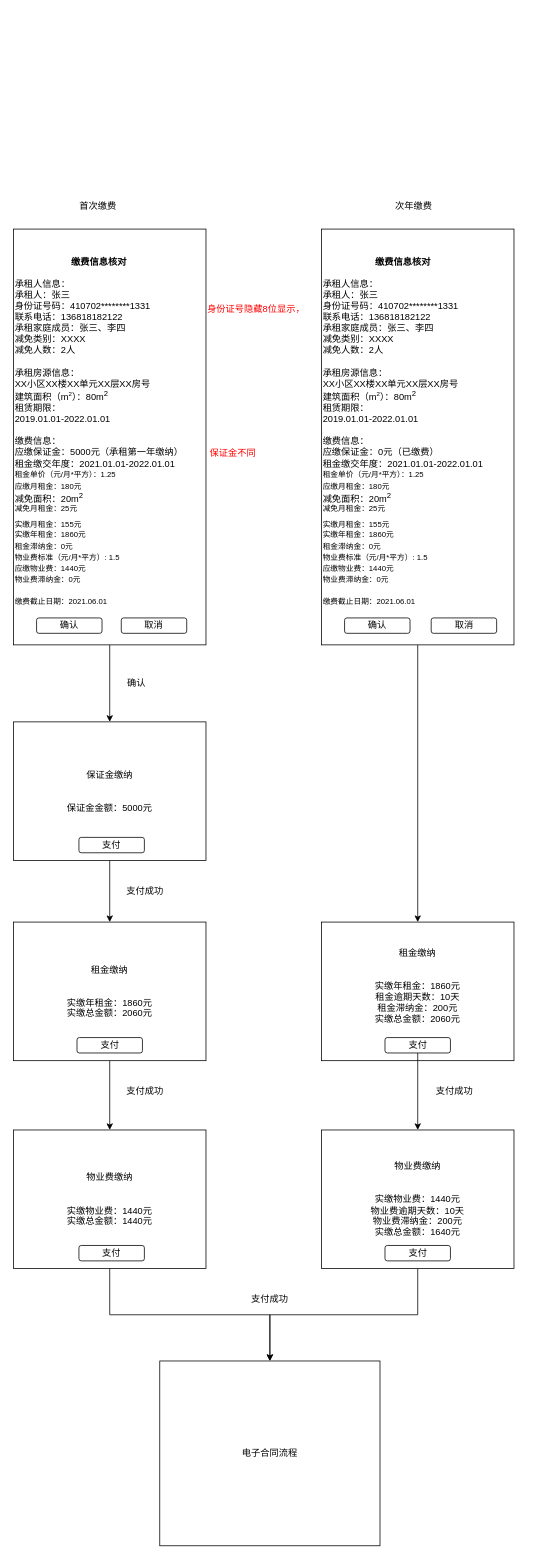
Above: zhongcheng.drawio in gaorock530/brainstorm (draw.io), before the change. Source tidied: cells renumbered, new cells numbered last; positions are measured from the earlier drawing's top-left corner, leaving out a move shared by most shapes. Both pictures are drawn from the tidied source at 77%, with x=0, y=0 at pixel (13, 198).
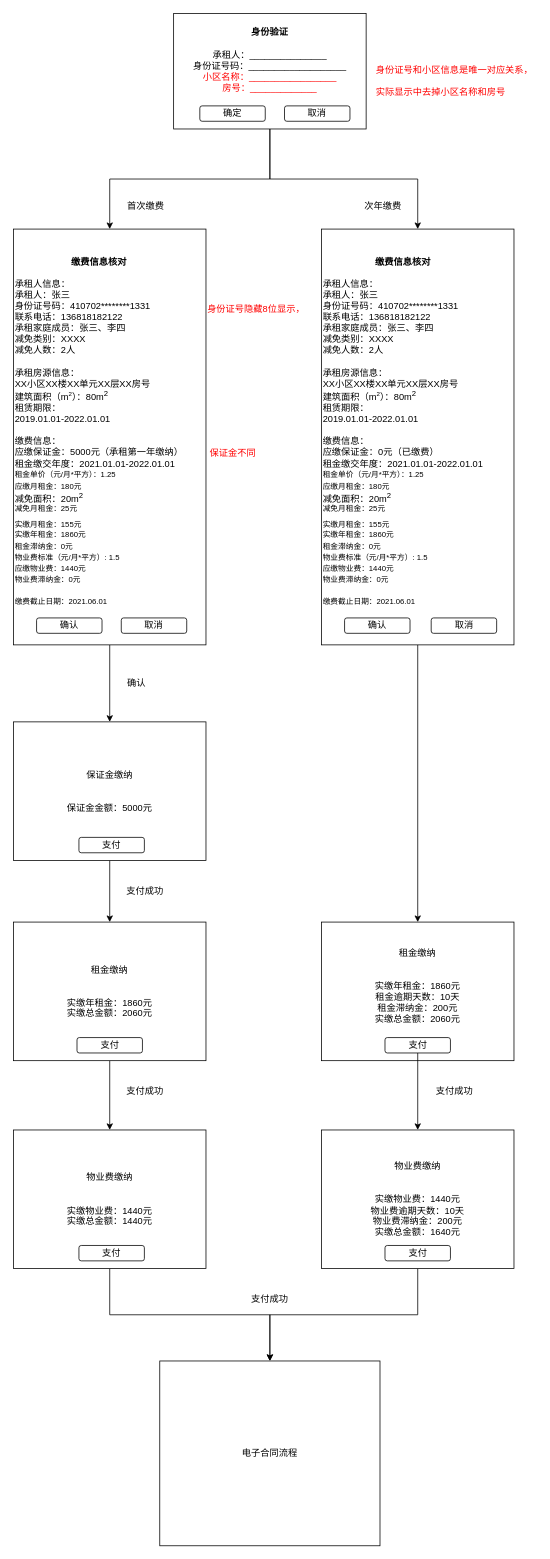
Above is the later version.

Unchanged cells that the change refers to:
```xml
<mxCell id="3" value="&lt;div style=&quot;text-align: center&quot;&gt;&lt;span&gt;&lt;b&gt;缴费信息核对&lt;/b&gt;&lt;/span&gt;&lt;/div&gt;&lt;br&gt;承租人信息：&lt;br&gt;承租人：张三&lt;br&gt;身份证号码：410702********1331&lt;br&gt;&lt;div&gt;联系电话：136818182122&lt;/div&gt;&lt;div&gt;承租家庭成员：张三、李四&lt;/div&gt;&lt;div&gt;减免类别：XXXX&lt;/div&gt;&lt;div&gt;减免人数：2人&lt;/div&gt;&lt;div&gt;&lt;br&gt;&lt;/div&gt;&lt;div&gt;承租房源信息：&lt;/div&gt;&lt;div&gt;XX小区XX楼XX单元XX层XX房号&lt;/div&gt;&lt;div&gt;建筑面积（m&lt;sup&gt;&lt;font style=&quot;font-size: 8px&quot;&gt;2&lt;/font&gt;&lt;/sup&gt;）：80m&lt;sup&gt;2&lt;/sup&gt;&lt;/div&gt;&lt;div&gt;租赁期限：&lt;/div&gt;&lt;div&gt;2019.01.01-2022.01.01&lt;/div&gt;&lt;div&gt;&lt;br&gt;&lt;/div&gt;&lt;div&gt;缴费信息：&lt;/div&gt;&lt;div&gt;应缴保证金：5000元（承租第一年缴纳）&lt;/div&gt;&lt;div&gt;租金缴交年度：2021.01.01-2022.01.01&lt;/div&gt;&lt;div&gt;&lt;span style=&quot;font-size: 10px&quot;&gt;租金单价（元/月*平方）：1.25&lt;/span&gt;&lt;/div&gt;&lt;div&gt;&lt;span style=&quot;font-size: 10px&quot;&gt;应缴月租金：180元&lt;/span&gt;&lt;/div&gt;&lt;div&gt;减免面积：20m&lt;sup&gt;2&lt;/sup&gt;&lt;/div&gt;&lt;div&gt;&lt;sup&gt;减免月租金：25元&lt;/sup&gt;&lt;/div&gt;&lt;div&gt;&lt;span style=&quot;font-size: 10px&quot;&gt;实缴月租金：155元&lt;/span&gt;&lt;/div&gt;&lt;div&gt;&lt;span style=&quot;font-size: 10px&quot;&gt;实缴年租金：1860元&lt;/span&gt;&lt;/div&gt;&lt;div&gt;&lt;span style=&quot;font-size: 10px&quot;&gt;租金滞纳金：0元&lt;/span&gt;&lt;/div&gt;&lt;div&gt;&lt;span style=&quot;font-size: 10px&quot;&gt;物业费标准（元/月*平方）: 1.5&lt;/span&gt;&lt;/div&gt;&lt;div&gt;&lt;span style=&quot;font-size: 10px&quot;&gt;应缴物业费：1440元&lt;/span&gt;&lt;/div&gt;&lt;div&gt;&lt;span style=&quot;font-size: 10px&quot;&gt;物业费滞纳金：0元&lt;/span&gt;&lt;/div&gt;&lt;div&gt;&lt;span style=&quot;font-size: 10px&quot;&gt;&lt;br&gt;&lt;/span&gt;&lt;/div&gt;&lt;div&gt;&lt;span style=&quot;font-size: 10px&quot;&gt;缴费截止日期：2021.06.01&lt;/span&gt;&lt;/div&gt;&lt;div&gt;&lt;br&gt;&lt;/div&gt;" style="rounded=0;whiteSpace=wrap;html=1;align=left;" parent="1" vertex="1">
  <mxGeometry y="40" width="250" height="540" as="geometry" />
</mxCell>
<mxCell id="13" value="&lt;div style=&quot;text-align: center&quot;&gt;&lt;span&gt;&lt;b&gt;缴费信息核对&lt;/b&gt;&lt;/span&gt;&lt;/div&gt;&lt;br&gt;承租人信息：&lt;br&gt;承租人：张三&lt;br&gt;身份证号码：410702********1331&lt;br&gt;&lt;div&gt;联系电话：136818182122&lt;/div&gt;&lt;div&gt;承租家庭成员：张三、李四&lt;/div&gt;&lt;div&gt;减免类别：XXXX&lt;/div&gt;&lt;div&gt;减免人数：2人&lt;/div&gt;&lt;div&gt;&lt;br&gt;&lt;/div&gt;&lt;div&gt;承租房源信息：&lt;/div&gt;&lt;div&gt;XX小区XX楼XX单元XX层XX房号&lt;/div&gt;&lt;div&gt;建筑面积（m&lt;sup&gt;&lt;font style=&quot;font-size: 8px&quot;&gt;2&lt;/font&gt;&lt;/sup&gt;）：80m&lt;sup&gt;2&lt;/sup&gt;&lt;/div&gt;&lt;div&gt;租赁期限：&lt;/div&gt;&lt;div&gt;2019.01.01-2022.01.01&lt;/div&gt;&lt;div&gt;&lt;br&gt;&lt;/div&gt;&lt;div&gt;缴费信息：&lt;/div&gt;&lt;div&gt;应缴保证金：0元（已缴费）&lt;/div&gt;&lt;div&gt;租金缴交年度：2021.01.01-2022.01.01&lt;/div&gt;&lt;div&gt;&lt;span style=&quot;font-size: 10px&quot;&gt;租金单价（元/月*平方）：1.25&lt;/span&gt;&lt;/div&gt;&lt;div&gt;&lt;span style=&quot;font-size: 10px&quot;&gt;应缴月租金：180元&lt;/span&gt;&lt;/div&gt;&lt;div&gt;减免面积：20m&lt;sup&gt;2&lt;/sup&gt;&lt;/div&gt;&lt;div&gt;&lt;sup&gt;减免月租金：25元&lt;/sup&gt;&lt;/div&gt;&lt;div&gt;&lt;span style=&quot;font-size: 10px&quot;&gt;实缴月租金：155元&lt;/span&gt;&lt;/div&gt;&lt;div&gt;&lt;span style=&quot;font-size: 10px&quot;&gt;实缴年租金：1860元&lt;/span&gt;&lt;/div&gt;&lt;div&gt;&lt;span style=&quot;font-size: 10px&quot;&gt;租金滞纳金：0元&lt;/span&gt;&lt;/div&gt;&lt;div&gt;&lt;span style=&quot;font-size: 10px&quot;&gt;物业费标准（元/月*平方）: 1.5&lt;/span&gt;&lt;/div&gt;&lt;div&gt;&lt;span style=&quot;font-size: 10px&quot;&gt;应缴物业费：1440元&lt;/span&gt;&lt;/div&gt;&lt;div&gt;&lt;span style=&quot;font-size: 10px&quot;&gt;物业费滞纳金：0元&lt;/span&gt;&lt;/div&gt;&lt;div&gt;&lt;span style=&quot;font-size: 10px&quot;&gt;&lt;br&gt;&lt;/span&gt;&lt;/div&gt;&lt;div&gt;&lt;span style=&quot;font-size: 10px&quot;&gt;缴费截止日期：2021.06.01&lt;/span&gt;&lt;/div&gt;&lt;div&gt;&lt;br&gt;&lt;/div&gt;" style="rounded=0;whiteSpace=wrap;html=1;align=left;" parent="1" vertex="1">
  <mxGeometry x="400" y="40" width="250" height="540" as="geometry" />
</mxCell>
```

What changed in the source:
```diff
@@
     <mxCell id="5" value="首次缴费" style="text;html=1;strokeColor=none;fillColor=none;align=center;verticalAlign=middle;whiteSpace=wrap;rounded=0;" parent="1" vertex="1">
-      <mxGeometry x="40" width="140" height="20" as="geometry" />
+      <mxGeometry x="102" width="140" height="20" as="geometry" />
     </mxCell>
     <mxCell id="6" value="次年缴费" style="text;html=1;strokeColor=none;fillColor=none;align=center;verticalAlign=middle;whiteSpace=wrap;rounded=0;" parent="1" vertex="1">
-      <mxGeometry x="450" width="140" height="20" as="geometry" />
+      <mxGeometry x="410" width="140" height="20" as="geometry" />
     </mxCell>
@@
+    <mxCell id="35" style="edgeStyle=orthogonalEdgeStyle;rounded=0;jettySize=auto;html=1;exitX=0.5;exitY=1;exitDx=0;exitDy=0;entryX=0.5;entryY=0;entryDx=0;entryDy=0;" parent="1" edge="1" source="37" target="3">
+      <mxGeometry relative="1" as="geometry" />
+    </mxCell>
+    <mxCell id="36" style="edgeStyle=orthogonalEdgeStyle;rounded=0;jettySize=auto;html=1;exitX=0.5;exitY=1;exitDx=0;exitDy=0;entryX=0.5;entryY=0;entryDx=0;entryDy=0;" parent="1" edge="1" source="37" target="13">
+      <mxGeometry relative="1" as="geometry" />
+    </mxCell>
+    <mxCell id="37" value="&lt;b&gt;身份验证&lt;/b&gt;&lt;br&gt;&lt;br&gt;承租人：_______________&lt;br&gt;身份证号码：___________________&lt;br&gt;&lt;font color=&quot;#ff0000&quot;&gt;小区名称：_________________&lt;br&gt;房号：_____________&lt;br&gt;&lt;br&gt;&lt;br&gt;&lt;/font&gt;" style="rounded=0;whiteSpace=wrap;html=1;align=center;" parent="1" vertex="1">
+      <mxGeometry x="208" y="-240" width="250" height="150" as="geometry" />
+    </mxCell>
+    <mxCell id="38" value="&lt;h1&gt;&lt;font color=&quot;#ff0000&quot;&gt;&lt;span style=&quot;font-size: 12px ; font-weight: 400&quot;&gt;身份证号和小区信息是唯一对应关系，实际显示中去掉小区名称和房号&lt;/span&gt;&lt;/font&gt;&lt;/h1&gt;" style="text;html=1;strokeColor=none;fillColor=none;spacing=5;spacingTop=-20;whiteSpace=wrap;overflow=hidden;rounded=0;" parent="1" vertex="1">
+      <mxGeometry x="466.2" y="-190" width="212.5" height="100" as="geometry" />
+    </mxCell>
+    <mxCell id="39" value="取消" style="rounded=1;whiteSpace=wrap;html=1;" parent="1" vertex="1">
+      <mxGeometry x="352" y="-120" width="85" height="20" as="geometry" />
+    </mxCell>
+    <mxCell id="40" value="确定" style="rounded=1;whiteSpace=wrap;html=1;" parent="1" vertex="1">
+      <mxGeometry x="242" y="-120" width="85" height="20" as="geometry" />
+    </mxCell>
```
